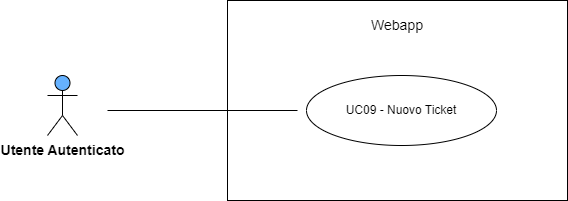
Above: images/usecase/UC09.png in Fawy01/Tesi (draw.io), before the change. Source tidied: cells renumbered, new cells last; positions are measured from the earlier drawing's top-left corner, leaving out a move shared by most shapes. Its diagram source:
```xml
<mxGraphModel>
  <root>
    <mxCell id="0" />
    <mxCell id="1" parent="0" />
    <mxCell id="2" style="html=1;whiteSpace=wrap;" parent="1" vertex="1">
      <mxGeometry x="180" width="340" height="200" as="geometry" />
    </mxCell>
    <mxCell id="3" value="&lt;span style=&quot;font-size: 14px;&quot;&gt;Webapp&lt;/span&gt;" style="text;html=1;strokeColor=none;fillColor=none;align=center;verticalAlign=middle;whiteSpace=wrap;rounded=0;" parent="1" vertex="1">
      <mxGeometry x="320" y="10" width="60" height="30" as="geometry" />
    </mxCell>
    <mxCell id="4" value="UC09 - Nuovo Ticket" style="ellipse;whiteSpace=wrap;html=1;" parent="1" vertex="1">
      <mxGeometry x="259" y="75" width="190" height="70" as="geometry" />
    </mxCell>
    <mxCell id="5" style="endArrow=none;html=1;rounded=0;" parent="1" edge="1">
      <mxGeometry relative="1" as="geometry">
        <mxPoint x="60" y="110" as="sourcePoint" />
        <mxPoint x="250" y="110" as="targetPoint" />
      </mxGeometry>
    </mxCell>
    <mxCell id="6" value="&lt;b&gt;&lt;font style=&quot;font-size: 14px;&quot;&gt;Utente Autenticato&lt;/font&gt;&lt;/b&gt;" style="shape=umlActor;verticalLabelPosition=bottom;verticalAlign=top;html=1;fillColor=#66B2FF;" parent="1" vertex="1">
      <mxGeometry y="75" width="30" height="60" as="geometry" />
    </mxCell>
  </root>
</mxGraphModel>
```
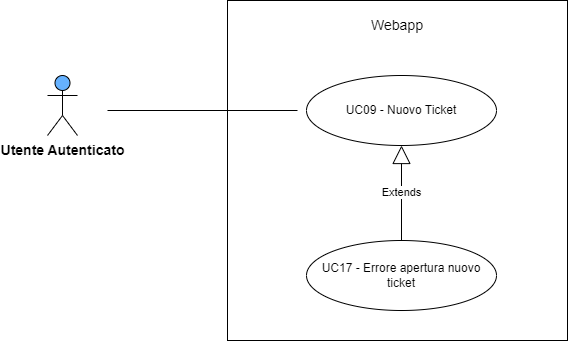
The same file after the commit.

The edit, as a diff of the source:
```diff
@@ -3,7 +3,7 @@
     <mxCell id="0" />
     <mxCell id="1" parent="0" />
     <mxCell id="2" style="html=1;whiteSpace=wrap;" parent="1" vertex="1">
-      <mxGeometry x="180" width="340" height="200" as="geometry" />
+      <mxGeometry x="180" width="340" height="340" as="geometry" />
     </mxCell>
     <mxCell id="3" value="&lt;span style=&quot;font-size: 14px;&quot;&gt;Webapp&lt;/span&gt;" style="text;html=1;strokeColor=none;fillColor=none;align=center;verticalAlign=middle;whiteSpace=wrap;rounded=0;" parent="1" vertex="1">
       <mxGeometry x="320" y="10" width="60" height="30" as="geometry" />
@@ -20,5 +20,11 @@
     <mxCell id="6" value="&lt;b&gt;&lt;font style=&quot;font-size: 14px;&quot;&gt;Utente Autenticato&lt;/font&gt;&lt;/b&gt;" style="shape=umlActor;verticalLabelPosition=bottom;verticalAlign=top;html=1;fillColor=#66B2FF;" parent="1" vertex="1">
       <mxGeometry y="75" width="30" height="60" as="geometry" />
     </mxCell>
+    <mxCell id="7" value="Extends" style="endArrow=block;endSize=16;endFill=0;html=1;rounded=0;entryX=0.5;entryY=1;entryDx=0;entryDy=0;exitX=0.5;exitY=0;exitDx=0;exitDy=0;" parent="1" edge="1" source="8" target="4">
+      <mxGeometry relative="1" as="geometry" />
+    </mxCell>
+    <mxCell id="8" value="UC17 - Errore apertura nuovo ticket" style="ellipse;whiteSpace=wrap;html=1;" parent="1" vertex="1">
+      <mxGeometry x="259" y="240" width="190" height="70" as="geometry" />
+    </mxCell>
   </root>
 </mxGraphModel>
```
